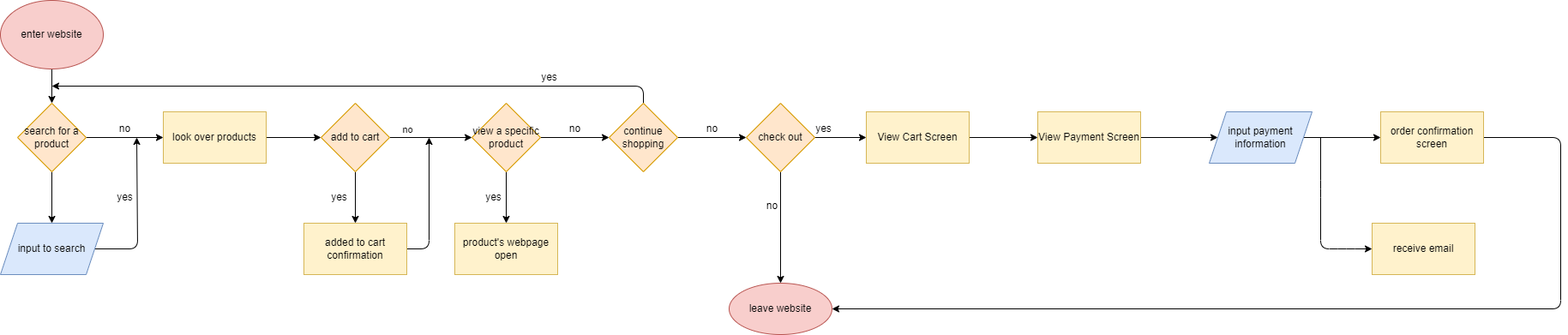
Above: explore/diagramming/diagram.drawio.png in Atomgroup530/fa22-cse110-lab4 (draw.io), before the change. Source tidied: cells renumbered, new cells last; positions are measured from the earlier drawing's top-left corner, leaving out a move shared by most shapes.
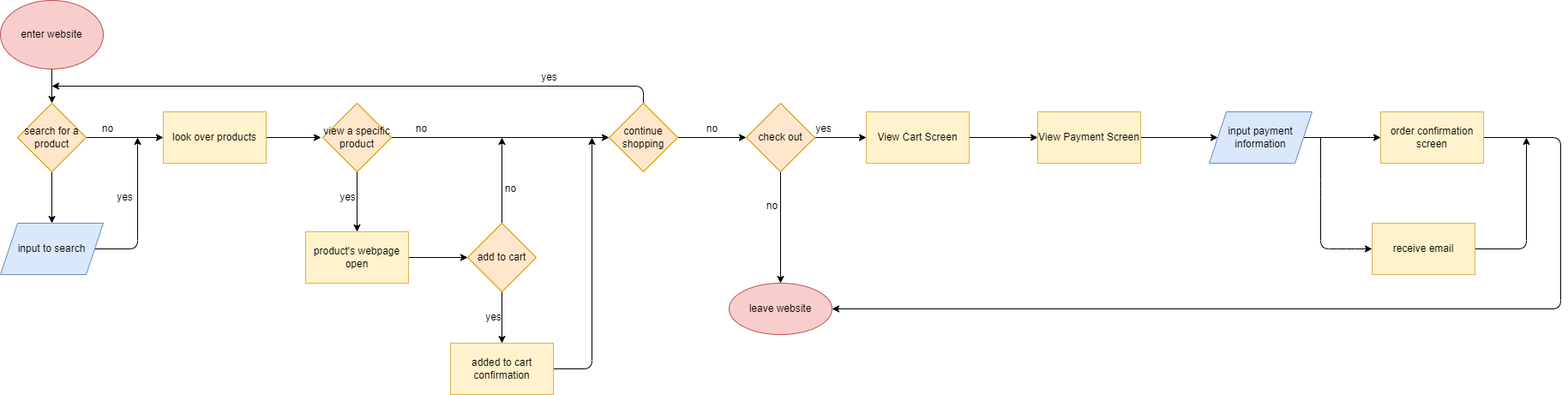
Above is the later version.

Commit message:
finalize graph

Change to the diagram source:
```diff
@@ -17,8 +17,9 @@
     <mxCell id="6" value="search for a product" style="rhombus;whiteSpace=wrap;html=1;fillColor=#ffe6cc;strokeColor=#d79b00;" parent="1" vertex="1">
       <mxGeometry x="20" y="120" width="80" height="80" as="geometry" />
     </mxCell>
-    <mxCell id="7" style="edgeStyle=none;html=1;exitX=1;exitY=0.5;exitDx=0;exitDy=0;entryX=0.967;entryY=1;entryDx=0;entryDy=0;entryPerimeter=0;" parent="1" edge="1" source="8" target="14">
+    <mxCell id="7" style="edgeStyle=none;html=1;exitX=1;exitY=0.5;exitDx=0;exitDy=0;" parent="1" edge="1" source="8">
       <mxGeometry relative="1" as="geometry">
+        <mxPoint x="160" y="160" as="targetPoint" />
         <Array as="points">
           <mxPoint x="160" y="290" />
         </Array>
@@ -30,37 +31,14 @@
     <mxCell id="9" value="yes" style="text;html=1;align=center;verticalAlign=middle;strokeColor=none;fillColor=none;" parent="1" vertex="1">
       <mxGeometry x="130" y="220" width="30" height="20" as="geometry" />
     </mxCell>
-    <mxCell id="10" style="edgeStyle=none;html=1;" parent="1" edge="1" source="13" target="16">
-      <mxGeometry relative="1" as="geometry" />
+    <mxCell id="10" style="edgeStyle=none;html=1;" parent="1" edge="1" target="x">
+      <mxGeometry relative="1" as="geometry">
+        <mxPoint x="414" y="200" as="sourcePoint" />
+      </mxGeometry>
     </mxCell>
-    <mxCell id="11" style="edgeStyle=none;html=1;" parent="1" edge="1" source="13" target="20">
-      <mxGeometry relative="1" as="geometry" />
-    </mxCell>
-    <mxCell id="12" value="no" style="edgeLabel;html=1;align=center;verticalAlign=middle;" parent="11" vertex="1">
-      <mxGeometry x="-0.48" y="4" relative="1" as="geometry">
-        <mxPoint x="-5" y="-6" as="offset" />
-      </mxGeometry>
-    </mxCell>
-    <mxCell id="13" value="add to cart&lt;br&gt;" style="rhombus;whiteSpace=wrap;html=1;fillColor=#ffe6cc;strokeColor=#d79b00;" parent="1" vertex="1">
-      <mxGeometry x="374" y="120" width="80" height="80" as="geometry" />
-    </mxCell>
     <mxCell id="14" value="no" style="text;html=1;align=center;verticalAlign=middle;points=[];strokeColor=none;fillColor=none;" parent="1" vertex="1">
-      <mxGeometry x="130" y="140" width="30" height="20" as="geometry" />
+      <mxGeometry x="110" y="140" width="30" height="20" as="geometry" />
     </mxCell>
-    <mxCell id="15" style="edgeStyle=none;html=1;exitX=1;exitY=0.5;exitDx=0;exitDy=0;" parent="1" edge="1" source="16">
-      <mxGeometry relative="1" as="geometry">
-        <mxPoint x="500" y="160" as="targetPoint" />
-        <Array as="points">
-          <mxPoint x="500" y="290" />
-        </Array>
-      </mxGeometry>
-    </mxCell>
-    <mxCell id="16" value="added to cart confirmation" style="whiteSpace=wrap;html=1;fillColor=#fff2cc;strokeColor=#d6b656;" parent="1" vertex="1">
-      <mxGeometry x="354" y="260" width="120" height="60" as="geometry" />
-    </mxCell>
-    <mxCell id="17" value="yes" style="text;html=1;align=center;verticalAlign=middle;strokeColor=none;fillColor=none;" parent="1" vertex="1">
-      <mxGeometry x="380" y="220" width="30" height="20" as="geometry" />
-    </mxCell>
     <mxCell id="18" style="edgeStyle=none;html=1;" parent="1" edge="1" source="20" target="21">
       <mxGeometry relative="1" as="geometry" />
     </mxCell>
@@ -68,13 +46,16 @@
       <mxGeometry relative="1" as="geometry" />
     </mxCell>
     <mxCell id="20" value="view a specific product" style="rhombus;whiteSpace=wrap;html=1;fillColor=#ffe6cc;strokeColor=#d79b00;" parent="1" vertex="1">
-      <mxGeometry x="550" y="120" width="80" height="80" as="geometry" />
+      <mxGeometry x="376" y="120" width="80" height="80" as="geometry" />
     </mxCell>
+    <mxCell id="47" style="edgeStyle=none;html=1;exitX=1;exitY=0.5;exitDx=0;exitDy=0;entryX=0;entryY=0.5;entryDx=0;entryDy=0;" parent="1" edge="1" source="21" target="13">
+      <mxGeometry relative="1" as="geometry" />
+    </mxCell>
     <mxCell id="21" value="product's webpage open" style="whiteSpace=wrap;html=1;fillColor=#fff2cc;strokeColor=#d6b656;" parent="1" vertex="1">
-      <mxGeometry x="530" y="260" width="120" height="60" as="geometry" />
+      <mxGeometry x="356" y="270" width="120" height="60" as="geometry" />
     </mxCell>
     <mxCell id="22" value="yes" style="text;html=1;align=center;verticalAlign=middle;strokeColor=none;fillColor=none;" parent="1" vertex="1">
-      <mxGeometry x="560" y="220" width="30" height="20" as="geometry" />
+      <mxGeometry x="390" y="220" width="30" height="20" as="geometry" />
     </mxCell>
     <mxCell id="23" style="edgeStyle=none;html=1;exitX=0.5;exitY=0;exitDx=0;exitDy=0;" parent="1" edge="1" source="25">
       <mxGeometry relative="1" as="geometry">
@@ -91,7 +72,7 @@
       <mxGeometry x="710" y="120" width="80" height="80" as="geometry" />
     </mxCell>
     <mxCell id="26" value="no" style="text;html=1;align=center;verticalAlign=middle;strokeColor=none;fillColor=none;" parent="1" vertex="1">
-      <mxGeometry x="655" y="140" width="30" height="20" as="geometry" />
+      <mxGeometry x="476" y="140" width="30" height="20" as="geometry" />
     </mxCell>
     <mxCell id="27" value="yes" style="text;html=1;align=center;verticalAlign=middle;strokeColor=none;fillColor=none;" parent="1" vertex="1">
       <mxGeometry x="625" y="80" width="30" height="20" as="geometry" />
@@ -156,14 +137,52 @@
     <mxCell id="43" value="order confirmation screen" style="whiteSpace=wrap;html=1;fillColor=#fff2cc;strokeColor=#d6b656;" parent="1" vertex="1">
       <mxGeometry x="1610" y="130" width="120" height="60" as="geometry" />
     </mxCell>
+    <mxCell id="48" style="edgeStyle=none;html=1;exitX=1;exitY=0.5;exitDx=0;exitDy=0;" parent="1" edge="1" source="44">
+      <mxGeometry relative="1" as="geometry">
+        <mxPoint x="1780" y="160" as="targetPoint" />
+        <Array as="points">
+          <mxPoint x="1780" y="290" />
+        </Array>
+      </mxGeometry>
+    </mxCell>
     <mxCell id="44" value="receive email" style="rounded=0;whiteSpace=wrap;html=1;fillColor=#fff2cc;strokeColor=#d6b656;" parent="1" vertex="1">
       <mxGeometry x="1600" y="260" width="120" height="60" as="geometry" />
     </mxCell>
-    <mxCell id="45" style="edgeStyle=none;html=1;exitX=1;exitY=0.5;exitDx=0;exitDy=0;entryX=0;entryY=0.5;entryDx=0;entryDy=0;" parent="1" edge="1" source="46" target="13">
-      <mxGeometry relative="1" as="geometry" />
+    <mxCell id="45" style="edgeStyle=none;html=1;exitX=1;exitY=0.5;exitDx=0;exitDy=0;entryX=0;entryY=0.5;entryDx=0;entryDy=0;" parent="1" edge="1" source="46">
+      <mxGeometry relative="1" as="geometry">
+        <mxPoint x="374" y="160" as="targetPoint" />
+      </mxGeometry>
     </mxCell>
     <mxCell id="46" value="look over products" style="rounded=0;whiteSpace=wrap;html=1;fillColor=#fff2cc;strokeColor=#d6b656;" parent="1" vertex="1">
       <mxGeometry x="190" y="130" width="120" height="60" as="geometry" />
     </mxCell>
+    <mxCell id="49" style="edgeStyle=none;html=1;exitX=0.5;exitY=1;exitDx=0;exitDy=0;entryX=0.5;entryY=0;entryDx=0;entryDy=0;" parent="1" edge="1" source="13" target="16">
+      <mxGeometry relative="1" as="geometry" />
+    </mxCell>
+    <mxCell id="50" style="edgeStyle=none;html=1;exitX=0.5;exitY=0;exitDx=0;exitDy=0;" parent="1" edge="1" source="13">
+      <mxGeometry relative="1" as="geometry">
+        <mxPoint x="585" y="160" as="targetPoint" />
+      </mxGeometry>
+    </mxCell>
+    <mxCell id="13" value="add to cart&lt;br&gt;" style="rhombus;whiteSpace=wrap;html=1;fillColor=#ffe6cc;strokeColor=#d79b00;" parent="1" vertex="1">
+      <mxGeometry x="545" y="260" width="80" height="80" as="geometry" />
+    </mxCell>
+    <mxCell id="51" style="edgeStyle=none;html=1;exitX=1;exitY=0.5;exitDx=0;exitDy=0;" parent="1" edge="1" source="16">
+      <mxGeometry relative="1" as="geometry">
+        <mxPoint x="690" y="160" as="targetPoint" />
+        <Array as="points">
+          <mxPoint x="690" y="430" />
+        </Array>
+      </mxGeometry>
+    </mxCell>
+    <mxCell id="16" value="added to cart confirmation" style="whiteSpace=wrap;html=1;fillColor=#fff2cc;strokeColor=#d6b656;" parent="1" vertex="1">
+      <mxGeometry x="525" y="400" width="120" height="60" as="geometry" />
+    </mxCell>
+    <mxCell id="17" value="yes" style="text;html=1;align=center;verticalAlign=middle;strokeColor=none;fillColor=none;" parent="1" vertex="1">
+      <mxGeometry x="560" y="360" width="30" height="20" as="geometry" />
+    </mxCell>
+    <mxCell id="12" value="no" style="text;html=1;align=center;verticalAlign=middle;strokeColor=none;fillColor=none;" parent="1" vertex="1">
+      <mxGeometry x="580" y="210" width="30" height="20" as="geometry" />
+    </mxCell>
   </root>
 </mxGraphModel>
```
